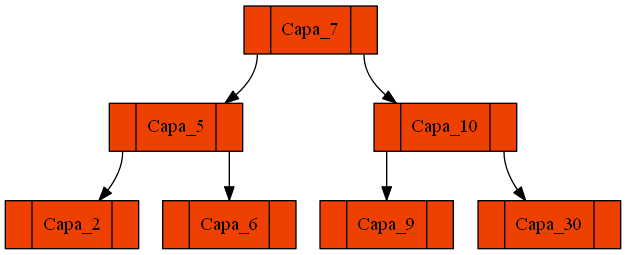
Before: [EDD]Proyecto1_201603127/ABB.png, a diagram exported from Graphviz (Cascarus/-EDD-Proyecto1_201603127). Its source is kept beside it as [EDD]Proyecto1_201603127/ABB.dot.
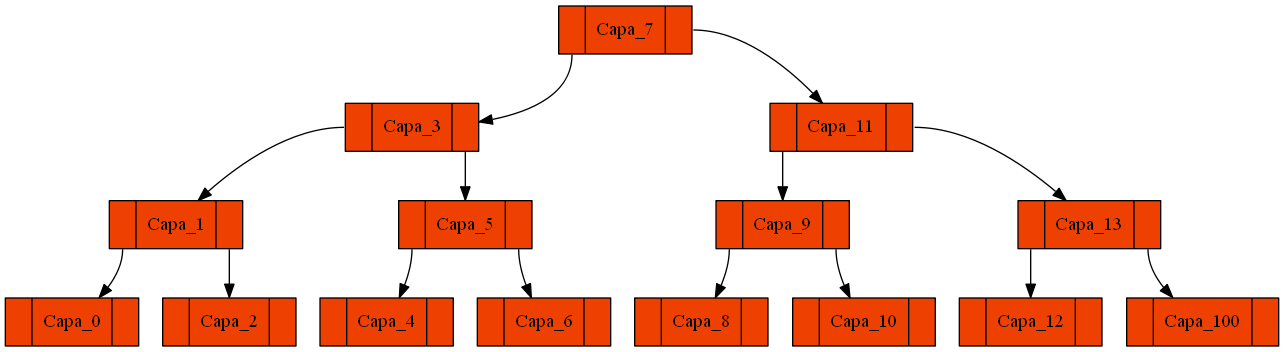
The same file after the commit.

Change to the diagram source:
```diff
@@ -1,23 +1,47 @@
 digraph g{
 	node [shape=record,width=.9,height=.5,style=filled,fillcolor=orangered2];
-	Node7:C0->Node5;
-	Node7:C1->Node10;
-	Node5:C0->Node2;
+	Node7:C0->Node3;
+	Node7:C1->Node11;
+	Node3:C0->Node1;
+	Node3:C1->Node5;
+	Node1:C0->Node0;
+	Node1:C1->Node2;
+
+ 	Node0[label = "<C0>|Capa_0|<C1>"]
+
+ 	Node2[label = "<C0>|Capa_2|<C1>"]
+
+ 	Node1[label = "<C0>|Capa_1|<C1>"]
+	Node5:C0->Node4;
 	Node5:C1->Node6;
 
- 	Node2[label = "<C0>|Capa_2|<C1>"]
+ 	Node4[label = "<C0>|Capa_4|<C1>"]
 
  	Node6[label = "<C0>|Capa_6|<C1>"]
 
  	Node5[label = "<C0>|Capa_5|<C1>"]
-	Node10:C0->Node9;
-	Node10:C1->Node30;
 
- 	Node9[label = "<C0>|Capa_9|<C1>"]
+ 	Node3[label = "<C0>|Capa_3|<C1>"]
+	Node11:C0->Node9;
+	Node11:C1->Node13;
+	Node9:C0->Node8;
+	Node9:C1->Node10;
 
- 	Node30[label = "<C0>|Capa_30|<C1>"]
+ 	Node8[label = "<C0>|Capa_8|<C1>"]
 
  	Node10[label = "<C0>|Capa_10|<C1>"]
 
+ 	Node9[label = "<C0>|Capa_9|<C1>"]
+	Node13:C0->Node12;
+	Node13:C1->Node100;
+
+ 	Node12[label = "<C0>|Capa_12|<C1>"]
+
+ 	Node100[label = "<C0>|Capa_100|<C1>"]
+
+ 	Node13[label = "<C0>|Capa_13|<C1>"]
+
+ 	Node11[label = "<C0>|Capa_11|<C1>"]
+
  	Node7[label = "<C0>|Capa_7|<C1>"]
 }
```
